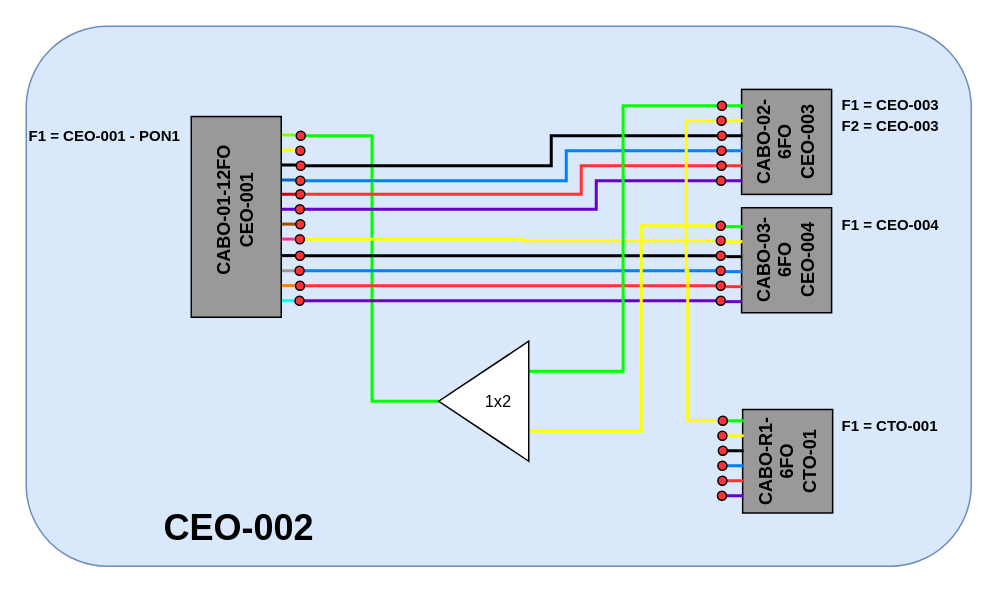
Above: page "CEO-002" (4 of 15) of Tópicos Avançados em Redes de Computadores/Aula 09/diagrama_de_emendas_-_emendas_atualizado.drawio in Jheickson/Vault_UFOPA (draw.io), before the change. Source tidied: cells renumbered, new cells numbered last; positions are measured from the earlier drawing's top-left corner, leaving out a move shared by most shapes. Both pictures are drawn from the tidied source at 150%, with x=0, y=0 at pixel (26, 26).
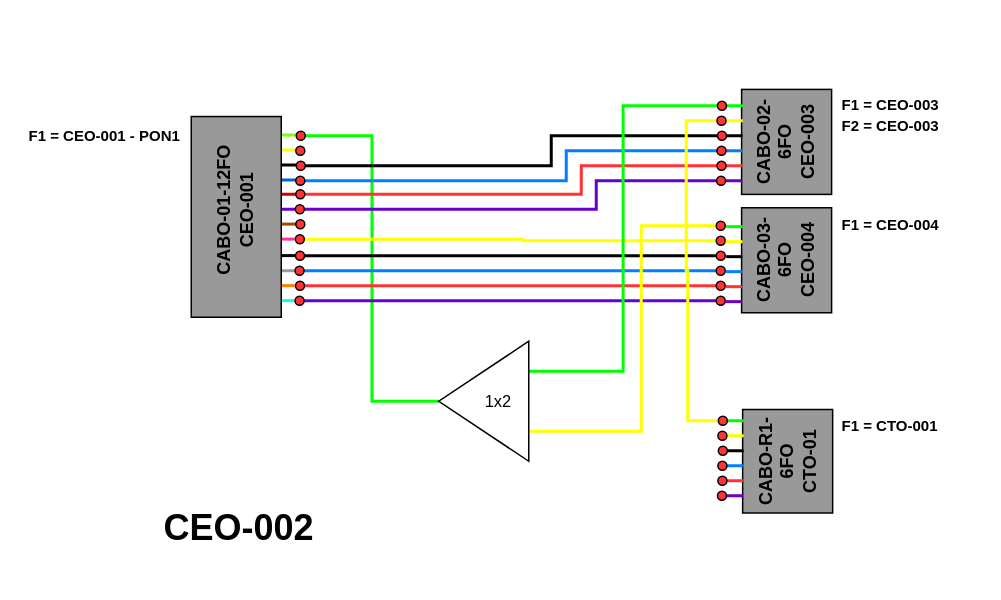
Above is the later version.

Change to the diagram source:
```diff
@@
-    <mxCell id="2" style="rounded=1;whiteSpace=wrap;html=1;fontFamily=Helvetica;fontSize=11;fillColor=#dae8fc;strokeColor=#6c8ebf;" parent="1" vertex="1">
-      <mxGeometry width="630" height="360" as="geometry" />
-    </mxCell>
```
